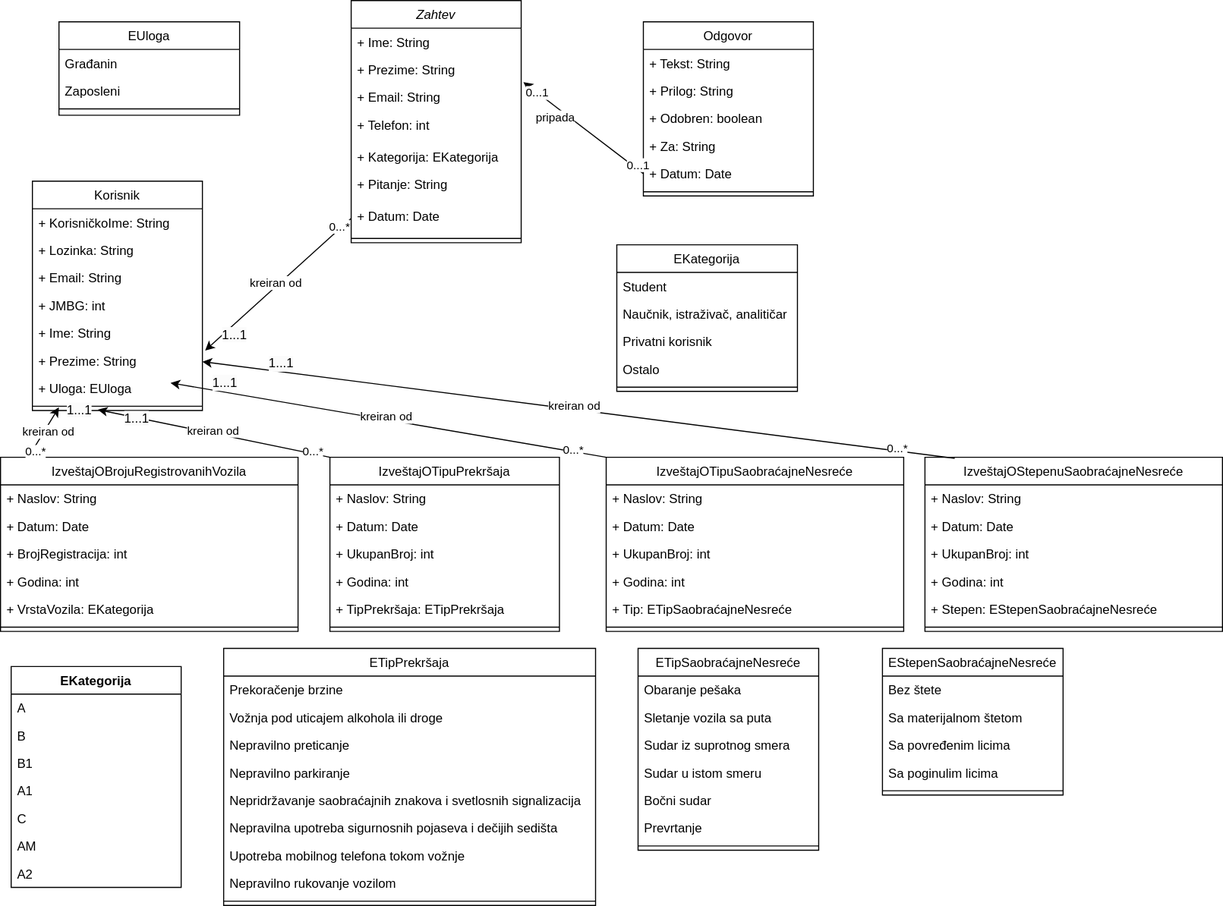
Before: Diagrams/ZavodZaStatistiku_ClassDiagram.svg, a diagram exported from draw.io (anna02272/EGovernment). Source tidied: cells renumbered, new cells last; positions are measured from the earlier drawing's top-left corner, leaving out a move shared by most shapes.
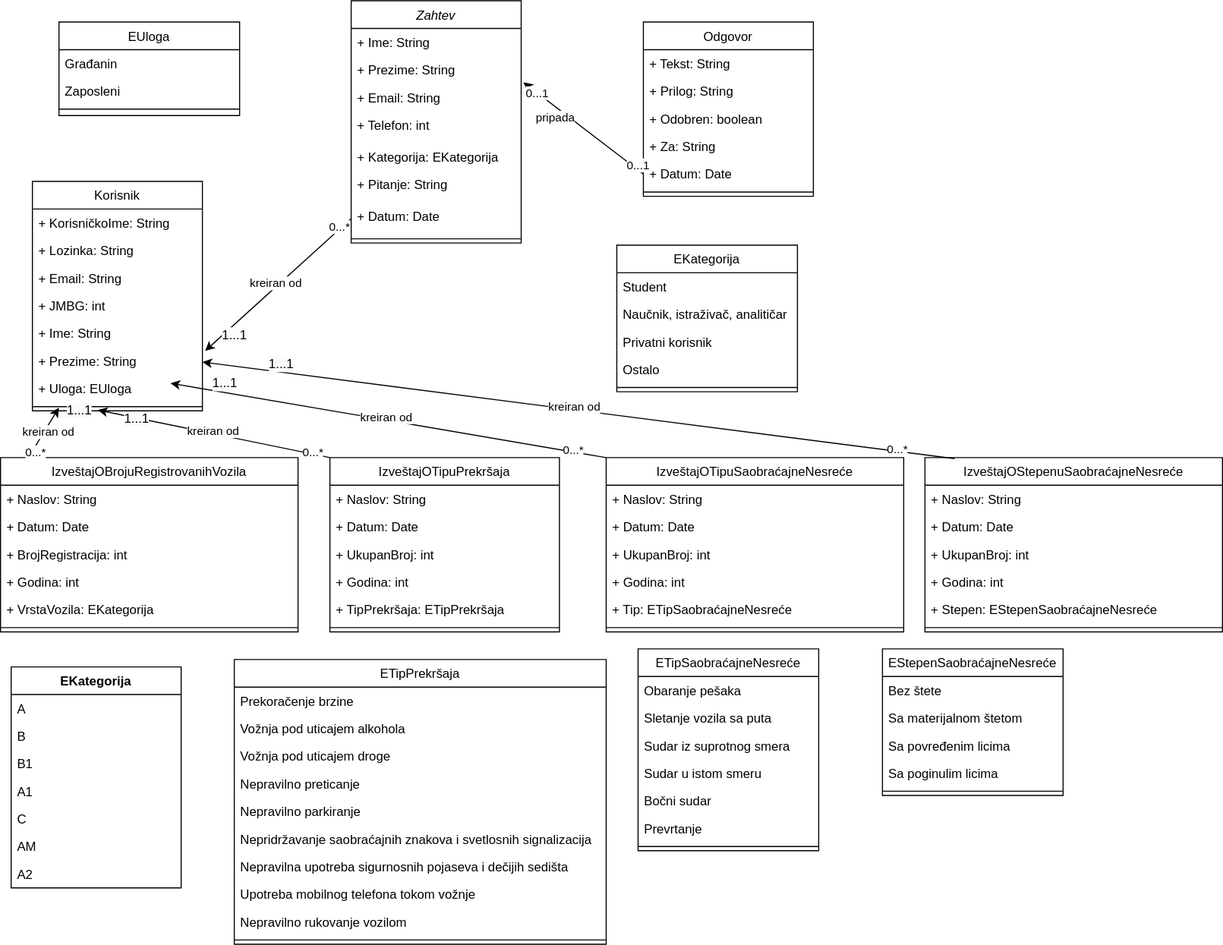
Later version of the same file.

The edit, as a diff of the source:
```diff
@@ -269,34 +269,37 @@
       </mxGeometry>
     </mxCell>
     <mxCell id="86" value="ETipPrekršaja" style="swimlane;fontStyle=0;align=center;verticalAlign=top;horizontal=1;startSize=26;rounded=0;shadow=0;strokeWidth=1;" parent="1" vertex="1">
-      <mxGeometry x="210" y="610" width="350" height="242" as="geometry" />
+      <mxGeometry x="220" y="620" width="350" height="268" as="geometry" />
     </mxCell>
     <mxCell id="87" value="Prekoračenje brzine" style="text;align=left;verticalAlign=top;spacingLeft=4;spacingRight=4;overflow=hidden;" parent="86" vertex="1">
       <mxGeometry y="26" width="350" height="26" as="geometry" />
     </mxCell>
-    <mxCell id="88" value="Vožnja pod uticajem alkohola ili droge" style="text;align=left;verticalAlign=top;spacingLeft=4;spacingRight=4;overflow=hidden;" parent="86" vertex="1">
+    <mxCell id="88" value="Vožnja pod uticajem alkohola " style="text;align=left;verticalAlign=top;spacingLeft=4;spacingRight=4;overflow=hidden;" parent="86" vertex="1">
       <mxGeometry y="52" width="350" height="26" as="geometry" />
     </mxCell>
+    <mxCell id="121" value="Vožnja pod uticajem droge" style="text;align=left;verticalAlign=top;spacingLeft=4;spacingRight=4;overflow=hidden;" parent="86" vertex="1">
+      <mxGeometry y="78" width="350" height="26" as="geometry" />
+    </mxCell>
     <mxCell id="89" value="Nepravilno preticanje&#10;" style="text;align=left;verticalAlign=top;spacingLeft=4;spacingRight=4;overflow=hidden;" parent="86" vertex="1">
-      <mxGeometry y="78" width="350" height="26" as="geometry" />
+      <mxGeometry y="104" width="350" height="26" as="geometry" />
     </mxCell>
     <mxCell id="90" value="Nepravilno parkiranje&#10;" style="text;align=left;verticalAlign=top;spacingLeft=4;spacingRight=4;overflow=hidden;" parent="86" vertex="1">
-      <mxGeometry y="104" width="350" height="26" as="geometry" />
+      <mxGeometry y="130" width="350" height="26" as="geometry" />
     </mxCell>
     <mxCell id="91" value="Nepridržavanje saobraćajnih znakova i svetlosnih signalizacija&#10;" style="text;align=left;verticalAlign=top;spacingLeft=4;spacingRight=4;overflow=hidden;" parent="86" vertex="1">
-      <mxGeometry y="130" width="350" height="26" as="geometry" />
+      <mxGeometry y="156" width="350" height="26" as="geometry" />
     </mxCell>
     <mxCell id="92" value="Nepravilna upotreba sigurnosnih pojaseva i dečijih sedišta&#10;" style="text;align=left;verticalAlign=top;spacingLeft=4;spacingRight=4;overflow=hidden;" parent="86" vertex="1">
-      <mxGeometry y="156" width="350" height="26" as="geometry" />
+      <mxGeometry y="182" width="350" height="26" as="geometry" />
     </mxCell>
     <mxCell id="93" value="Upotreba mobilnog telefona tokom vožnje&#10;&#10;" style="text;align=left;verticalAlign=top;spacingLeft=4;spacingRight=4;overflow=hidden;" parent="86" vertex="1">
-      <mxGeometry y="182" width="350" height="26" as="geometry" />
+      <mxGeometry y="208" width="350" height="26" as="geometry" />
     </mxCell>
     <mxCell id="94" value="Nepravilno rukovanje vozilom&#10;" style="text;align=left;verticalAlign=top;spacingLeft=4;spacingRight=4;overflow=hidden;" parent="86" vertex="1">
-      <mxGeometry y="208" width="350" height="26" as="geometry" />
+      <mxGeometry y="234" width="350" height="26" as="geometry" />
     </mxCell>
     <mxCell id="95" style="line;html=1;strokeWidth=1;align=left;verticalAlign=middle;spacingTop=-1;spacingLeft=3;spacingRight=3;labelPosition=right;" parent="86" vertex="1">
-      <mxGeometry y="234" width="350" height="8" as="geometry" />
+      <mxGeometry y="260" width="350" height="8" as="geometry" />
     </mxCell>
     <mxCell id="96" value="EKategorija" style="swimlane;fontStyle=1;align=center;verticalAlign=top;horizontal=1;startSize=26;whiteSpace=wrap;html=1;" parent="1" vertex="1">
       <mxGeometry x="10" y="627" width="160" height="208" as="geometry" />
```
